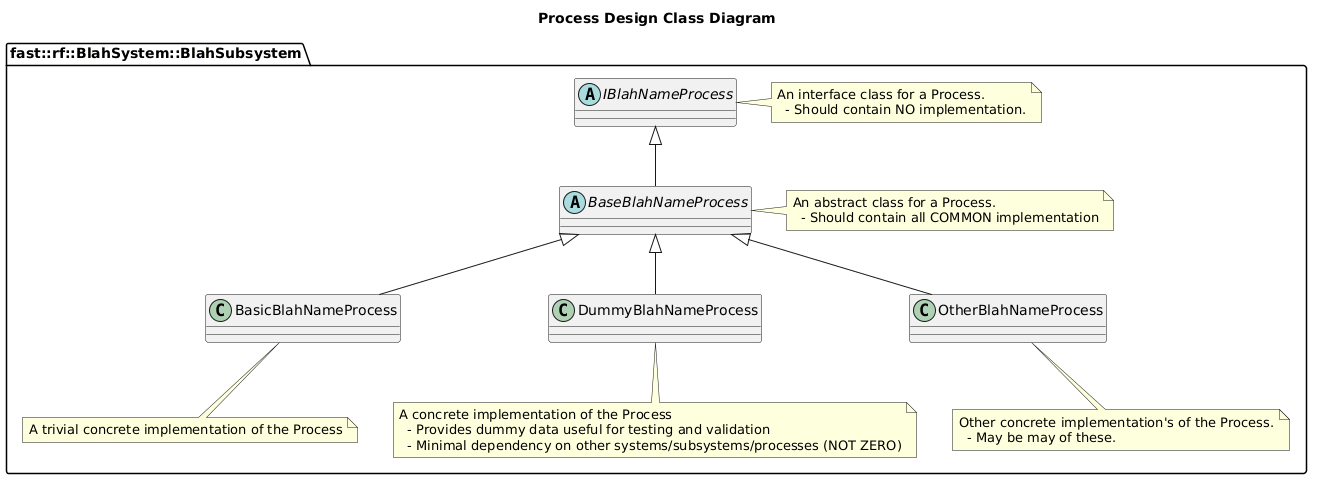
The PlantUML diagram doc/ADR/003-ADR-ProcessDesign/puml/ProcessDesignClassDiagram.png in fastrobotics/robot_framework, before a commit.
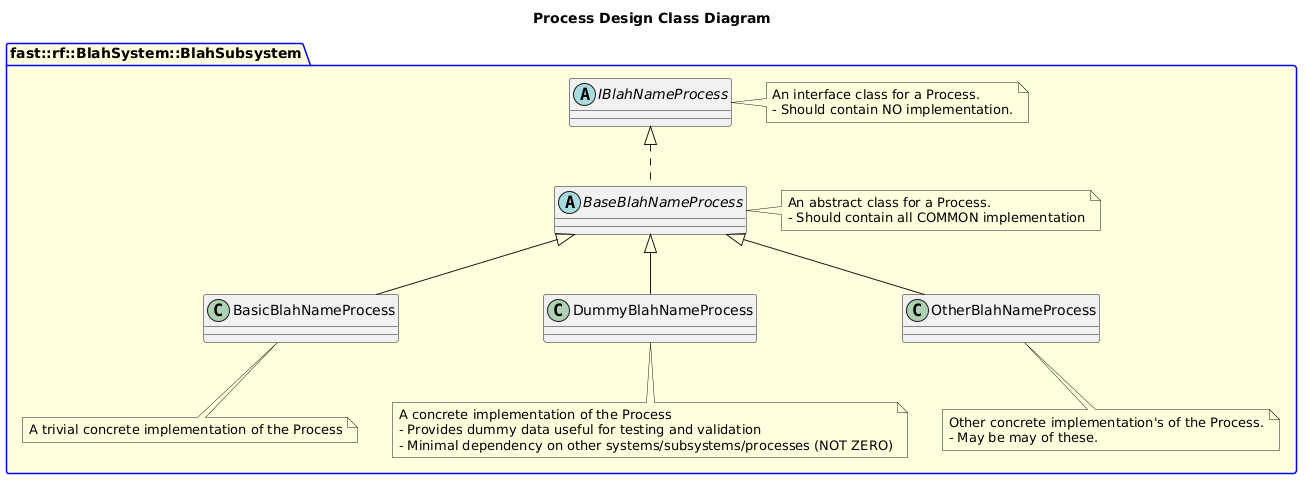
Later version of the same file.

Change to the diagram source:
```diff
@@ -1,34 +1,34 @@
 @startuml
 title Process Design Class Diagram
-namespace fast::rf::BlahSystem::BlahSubsystem {
-abstract IBlahNameProcess
-note right of IBlahNameProcess
-An interface class for a Process.
-  - Should contain NO implementation.
-end note
-abstract BaseBlahNameProcess
-IBlahNameProcess <|-- BaseBlahNameProcess
-note right of BaseBlahNameProcess
-An abstract class for a Process.
-  - Should contain all COMMON implementation
-end note
-class BasicBlahNameProcess
-BaseBlahNameProcess <|-- BasicBlahNameProcess
-note bottom of BasicBlahNameProcess
-A trivial concrete implementation of the Process
-end note
-class DummyBlahNameProcess
-BaseBlahNameProcess <|-- DummyBlahNameProcess
-note bottom of DummyBlahNameProcess
-A concrete implementation of the Process
-  - Provides dummy data useful for testing and validation
-  - Minimal dependency on other systems/subsystems/processes (NOT ZERO)
-end note
-class OtherBlahNameProcess
-BaseBlahNameProcess <|-- OtherBlahNameProcess
-note bottom of OtherBlahNameProcess
-Other concrete implementation's of the Process.
-  - May be may of these.
-end note
+package fast::rf::BlahSystem::BlahSubsystem #LightYellow;line:blue {
+  abstract IBlahNameProcess
+  note right of IBlahNameProcess
+    An interface class for a Process.
+    - Should contain NO implementation.
+  end note
+  abstract BaseBlahNameProcess
+  BaseBlahNameProcess .up.|> IBlahNameProcess
+  note right of BaseBlahNameProcess
+    An abstract class for a Process.
+    - Should contain all COMMON implementation
+  end note
+  class BasicBlahNameProcess
+  BasicBlahNameProcess -up-|> BaseBlahNameProcess
+  note bottom of BasicBlahNameProcess
+    A trivial concrete implementation of the Process
+  end note
+  class DummyBlahNameProcess
+  DummyBlahNameProcess -up-|> BaseBlahNameProcess
+  note bottom of DummyBlahNameProcess
+    A concrete implementation of the Process
+    - Provides dummy data useful for testing and validation
+    - Minimal dependency on other systems/subsystems/processes (NOT ZERO)
+  end note
+  class OtherBlahNameProcess
+  OtherBlahNameProcess -up-|> BaseBlahNameProcess
+  note bottom of OtherBlahNameProcess
+    Other concrete implementation's of the Process.
+    - May be may of these.
+  end note
 }
 @enduml
```
